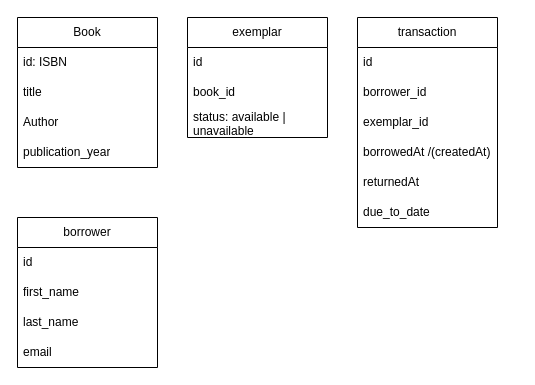
suprugafad/library-management-system keeps this draw.io diagram as models.drawio. Above is the earlier version. Source tidied: cells renumbered, new cells numbered last; positions are measured from the earlier drawing's top-left corner, leaving out a move shared by most shapes. Both pictures are drawn from the tidied source at 100%, with x=0, y=0 at pixel (17, 17).
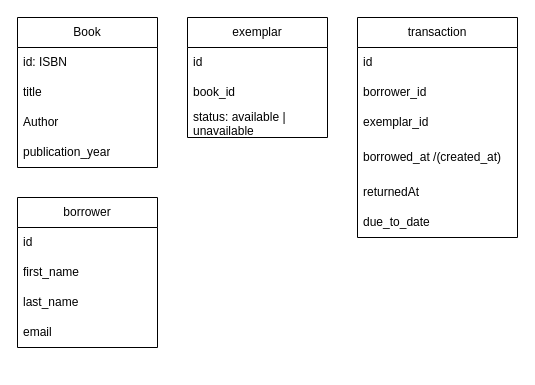
After the change.

Commit message (it also covers changes not shown here):
refactor: move requirements to README.md and fix models

Change to the diagram source:
```diff
@@
     <mxCell id="2" value="borrower" style="swimlane;fontStyle=0;horizontal=1;startSize=30;whiteSpace=wrap;html=1;" parent="1" vertex="1">
-      <mxGeometry y="200" width="140" height="150" as="geometry" />
+      <mxGeometry y="180" width="140" height="150" as="geometry" />
     </mxCell>
@@
     <mxCell id="16" value="transaction" style="swimlane;fontStyle=0;horizontal=1;startSize=30;whiteSpace=wrap;html=1;" parent="1" vertex="1">
-      <mxGeometry x="340" width="140" height="210" as="geometry" />
+      <mxGeometry x="340" width="160" height="220" as="geometry" />
     </mxCell>
     <mxCell id="17" value="id" style="text;strokeColor=none;fillColor=none;align=left;verticalAlign=middle;spacingLeft=4;spacingRight=4;overflow=hidden;whiteSpace=wrap;html=1;" parent="16" vertex="1">
-      <mxGeometry y="30" width="140" height="30" as="geometry" />
+      <mxGeometry y="30" width="160" height="30" as="geometry" />
     </mxCell>
     <mxCell id="18" value="borrower_id" style="text;strokeColor=none;fillColor=none;align=left;verticalAlign=middle;spacingLeft=4;spacingRight=4;overflow=hidden;whiteSpace=wrap;html=1;" parent="16" vertex="1">
-      <mxGeometry y="60" width="140" height="30" as="geometry" />
+      <mxGeometry y="60" width="160" height="30" as="geometry" />
     </mxCell>
     <mxCell id="19" value="exemplar_id" style="text;strokeColor=none;fillColor=none;align=left;verticalAlign=middle;spacingLeft=4;spacingRight=4;overflow=hidden;whiteSpace=wrap;html=1;" parent="16" vertex="1">
-      <mxGeometry y="90" width="140" height="30" as="geometry" />
+      <mxGeometry y="90" width="160" height="30" as="geometry" />
     </mxCell>
-    <mxCell id="20" value="borrowedAt /(createdAt)" style="text;strokeColor=none;fillColor=none;align=left;verticalAlign=middle;spacingLeft=4;spacingRight=4;overflow=hidden;whiteSpace=wrap;html=1;" parent="16" vertex="1">
-      <mxGeometry y="120" width="140" height="30" as="geometry" />
+    <mxCell id="20" value="borrowed_at /(created_at)" style="text;strokeColor=none;fillColor=none;align=left;verticalAlign=middle;spacingLeft=4;spacingRight=4;overflow=hidden;whiteSpace=wrap;html=1;" parent="16" vertex="1">
+      <mxGeometry y="120" width="160" height="40" as="geometry" />
     </mxCell>
     <mxCell id="21" value="returnedAt" style="text;strokeColor=none;fillColor=none;align=left;verticalAlign=middle;spacingLeft=4;spacingRight=4;overflow=hidden;whiteSpace=wrap;html=1;" parent="16" vertex="1">
-      <mxGeometry y="150" width="140" height="30" as="geometry" />
+      <mxGeometry y="160" width="160" height="30" as="geometry" />
     </mxCell>
     <mxCell id="22" value="due_to_date" style="text;strokeColor=none;fillColor=none;align=left;verticalAlign=middle;spacingLeft=4;spacingRight=4;overflow=hidden;whiteSpace=wrap;html=1;" parent="16" vertex="1">
-      <mxGeometry y="180" width="140" height="30" as="geometry" />
+      <mxGeometry y="190" width="160" height="30" as="geometry" />
     </mxCell>
```
